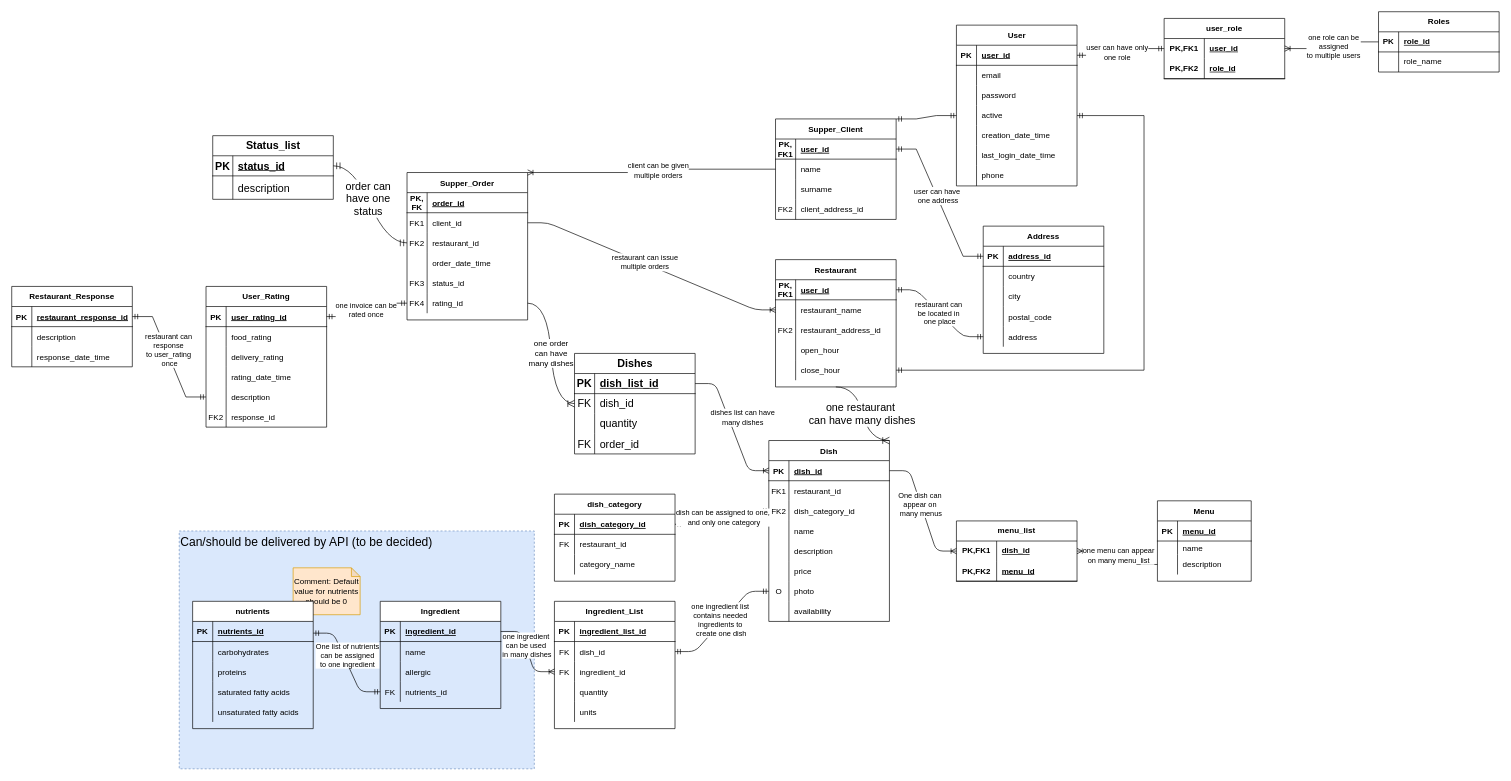
Above: src/main/resources/SupperSpeed_ERD.drawio in Aevise/SupperSpeed (draw.io), before the change. Source tidied: cells renumbered, new cells numbered last; positions are measured from the earlier drawing's top-left corner, leaving out a move shared by most shapes. Both pictures are drawn from the tidied source at 67%, with x=0, y=0 at pixel (11, 11).
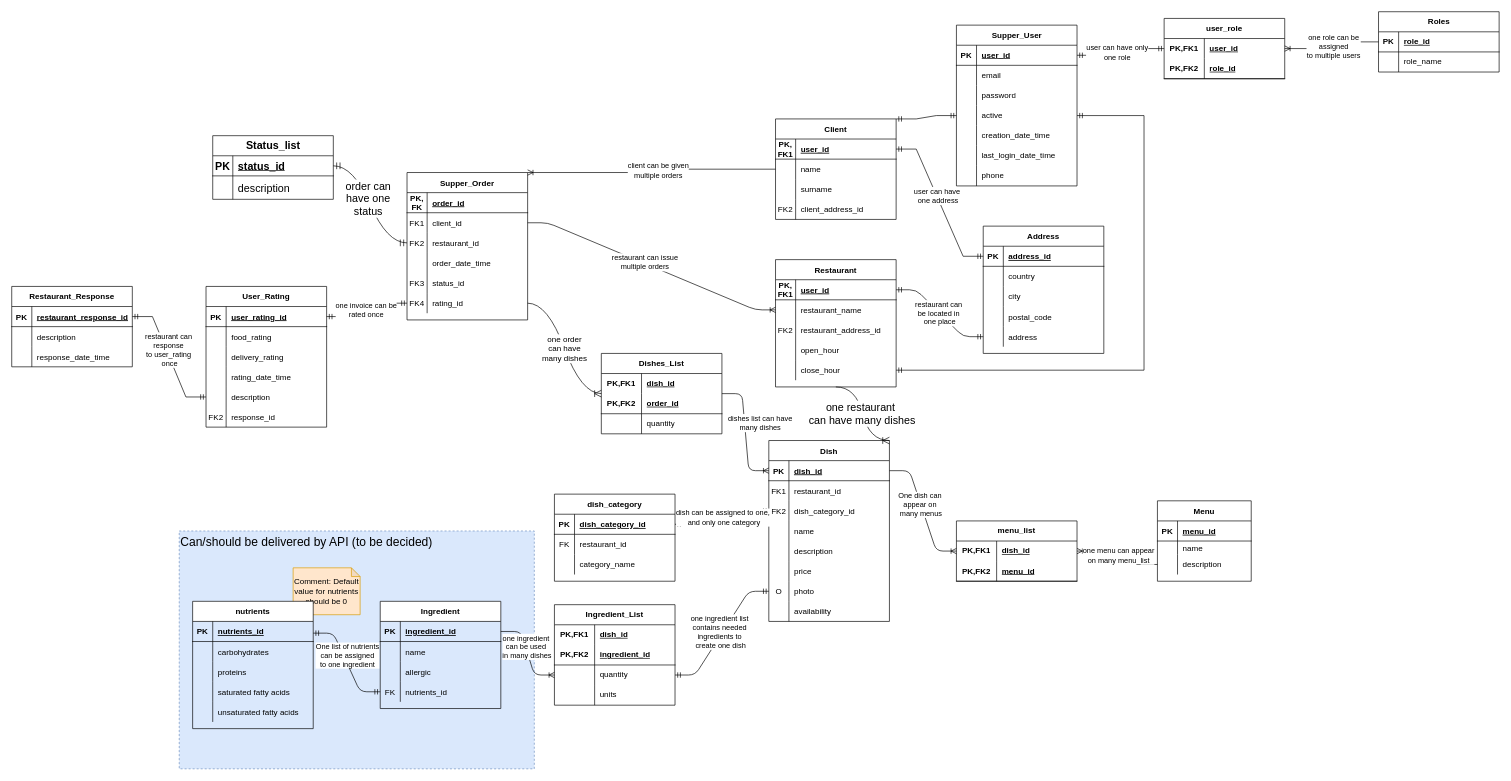
The same diagram, later.

Commit message (it also covers changes not shown here):
Added DishCategory and Ingredient Entities. Corrected ingredient_list sql. Updated ERD: - modified dishes_list table - modified ingredient_list table

Unchanged cells that the change refers to:
```xml
<mxCell id="34" style="shape=partialRectangle;fillColor=none;top=0;left=0;bottom=1;right=0;points=[[0,0.5],[1,0.5]];portConstraint=eastwest;" parent="33" vertex="1">
  <mxGeometry y="30" width="180" height="30" as="geometry" />
</mxCell>
<mxCell id="47" style="shape=partialRectangle;fillColor=none;top=0;left=0;bottom=1;right=0;points=[[0,0.5],[1,0.5]];portConstraint=eastwest;" parent="46" vertex="1">
  <mxGeometry y="30" width="180" height="30" as="geometry" />
</mxCell>
<mxCell id="89" style="shape=partialRectangle;fillColor=none;top=0;left=0;bottom=0;right=0;points=[[0,0.5],[1,0.5]];portConstraint=eastwest;" parent="73" vertex="1">
  <mxGeometry y="180" width="180" height="30" as="geometry" />
</mxCell>
```

The edit, as a diff of the source:
```diff
@@
-    <mxCell id="4" value="Supper_Client" style="shape=table;startSize=30;childLayout=tableLayout;rowLines=0;fontStyle=1;align=center;" parent="1" vertex="1">
+    <mxCell id="4" value="Client" style="shape=table;startSize=30;childLayout=tableLayout;rowLines=0;fontStyle=1;align=center;" parent="1" vertex="1">
       <mxGeometry x="1140" y="160" width="180" height="150" as="geometry" />
     </mxCell>
@@
-    <mxCell id="17" value="Ingredient_List" style="shape=table;startSize=30;childLayout=tableLayout;rowLines=0;fontStyle=1;align=center;" parent="1" vertex="1">
-      <mxGeometry x="810" y="880" width="180" height="190" as="geometry" />
-    </mxCell>
-    <mxCell id="18" style="shape=partialRectangle;fillColor=none;top=0;left=0;bottom=1;right=0;" parent="17" vertex="1">
-      <mxGeometry y="30" width="180" height="30" as="geometry" />
-    </mxCell>
-    <mxCell id="19" value="PK" style="shape=partialRectangle;fillColor=none;top=0;left=0;bottom=0;right=0;fontStyle=1;overflow=hidden;" parent="18" vertex="1">
-      <mxGeometry width="30" height="30" as="geometry" />
-    </mxCell>
-    <mxCell id="20" value="ingredient_list_id" style="shape=partialRectangle;fillColor=none;top=0;left=0;bottom=0;right=0;align=left;spacingLeft=6;fontStyle=5;overflow=hidden;" parent="18" vertex="1">
-      <mxGeometry x="30" width="150" height="30" as="geometry" />
-    </mxCell>
-    <mxCell id="21" style="shape=partialRectangle;fillColor=none;top=0;left=0;bottom=0;right=0;points=[[0,0.5],[1,0.5]];portConstraint=eastwest;" parent="17" vertex="1">
-      <mxGeometry y="60" width="180" height="30" as="geometry" />
-    </mxCell>
-    <mxCell id="22" value="FK" style="shape=partialRectangle;fillColor=none;top=0;left=0;bottom=0;right=0;overflow=hidden;" parent="21" vertex="1">
-      <mxGeometry width="30" height="30" as="geometry" />
-    </mxCell>
-    <mxCell id="23" value="dish_id" style="shape=partialRectangle;fillColor=none;top=0;left=0;bottom=0;right=0;align=left;spacingLeft=6;overflow=hidden;" parent="21" vertex="1">
-      <mxGeometry x="30" width="150" height="30" as="geometry" />
-    </mxCell>
-    <mxCell id="24" style="shape=partialRectangle;fillColor=none;top=0;left=0;bottom=0;right=0;points=[[0,0.5],[1,0.5]];portConstraint=eastwest;" parent="17" vertex="1">
-      <mxGeometry y="90" width="180" height="30" as="geometry" />
-    </mxCell>
-    <mxCell id="25" value="FK" style="shape=partialRectangle;fillColor=none;top=0;left=0;bottom=0;right=0;overflow=hidden;" parent="24" vertex="1">
-      <mxGeometry width="30" height="30" as="geometry" />
-    </mxCell>
-    <mxCell id="26" value="ingredient_id" style="shape=partialRectangle;fillColor=none;top=0;left=0;bottom=0;right=0;align=left;spacingLeft=6;overflow=hidden;" parent="24" vertex="1">
-      <mxGeometry x="30" width="150" height="30" as="geometry" />
-    </mxCell>
-    <mxCell id="27" style="shape=partialRectangle;fillColor=none;top=0;left=0;bottom=0;right=0;" parent="17" vertex="1">
-      <mxGeometry y="120" width="180" height="30" as="geometry" />
-    </mxCell>
-    <mxCell id="28" style="shape=partialRectangle;fillColor=none;top=0;left=0;bottom=0;right=0;overflow=hidden;" parent="27" vertex="1">
-      <mxGeometry width="30" height="30" as="geometry" />
-    </mxCell>
-    <mxCell id="29" value="quantity" style="shape=partialRectangle;fillColor=none;top=0;left=0;bottom=0;right=0;align=left;spacingLeft=6;overflow=hidden;" parent="27" vertex="1">
-      <mxGeometry x="30" width="150" height="30" as="geometry" />
-    </mxCell>
-    <mxCell id="30" style="shape=partialRectangle;fillColor=none;top=0;left=0;bottom=0;right=0;" parent="17" vertex="1">
-      <mxGeometry y="150" width="180" height="30" as="geometry" />
-    </mxCell>
-    <mxCell id="31" style="shape=partialRectangle;fillColor=none;top=0;left=0;bottom=0;right=0;overflow=hidden;" parent="30" vertex="1">
-      <mxGeometry width="30" height="30" as="geometry" />
-    </mxCell>
-    <mxCell id="32" value="units" style="shape=partialRectangle;fillColor=none;top=0;left=0;bottom=0;right=0;align=left;spacingLeft=6;overflow=hidden;" parent="30" vertex="1">
-      <mxGeometry x="30" width="150" height="30" as="geometry" />
-    </mxCell>
@@
-    <mxCell id="110" style="edgeStyle=entityRelationEdgeStyle;fontSize=12;html=1;endArrow=ERoneToMany;exitX=1;exitY=0.5;exitDx=0;exitDy=0;entryX=0;entryY=0.5;entryDx=0;entryDy=0;" parent="1" edge="1" source="34" target="24">
+    <mxCell id="110" style="edgeStyle=entityRelationEdgeStyle;fontSize=12;html=1;endArrow=ERoneToMany;exitX=1;exitY=0.5;exitDx=0;exitDy=0;entryX=0;entryY=0.5;entryDx=0;entryDy=0;" parent="1" edge="1" source="34" target="292">
       <mxGeometry relative="1" as="geometry" />
     </mxCell>
@@
-    <mxCell id="122" style="edgeStyle=entityRelationEdgeStyle;fontSize=12;html=1;endArrow=ERmandOne;startArrow=ERmandOne;exitX=1;exitY=0.5;exitDx=0;exitDy=0;entryX=0;entryY=0.5;entryDx=0;entryDy=0;" parent="1" edge="1" source="21">
+    <mxCell id="122" style="edgeStyle=entityRelationEdgeStyle;fontSize=12;html=1;endArrow=ERmandOne;startArrow=ERmandOne;exitX=1;exitY=0.5;exitDx=0;exitDy=0;entryX=0;entryY=0.5;entryDx=0;entryDy=0;" parent="1" edge="1" source="292">
       <mxGeometry relative="1" as="geometry">
         <mxPoint x="1130" y="865" as="targetPoint" />
       </mxGeometry>
     </mxCell>
@@
-    <mxCell id="126" style="edgeStyle=entityRelationEdgeStyle;fontSize=12;html=1;endArrow=ERoneToMany;entryX=0;entryY=0.5;entryDx=0;entryDy=0;exitX=1;exitY=0.5;exitDx=0;exitDy=0;" parent="1" edge="1" source="263" target="47">
+    <mxCell id="126" style="edgeStyle=entityRelationEdgeStyle;fontSize=12;html=1;endArrow=ERoneToMany;entryX=0;entryY=0.5;entryDx=0;entryDy=0;exitX=1;exitY=0.5;exitDx=0;exitDy=0;" parent="1" edge="1" source="297" target="47">
       <mxGeometry relative="1" as="geometry" />
     </mxCell>
@@
-    <mxCell id="234" value="User" style="shape=table;startSize=30;childLayout=tableLayout;rowLines=0;fontStyle=1;align=center;html=1;" parent="1" vertex="1">
+    <mxCell id="234" value="Supper_User" style="shape=table;startSize=30;childLayout=tableLayout;rowLines=0;fontStyle=1;align=center;html=1;" parent="1" vertex="1">
       <mxGeometry x="1410" y="20" width="180" height="240" as="geometry" />
     </mxCell>
@@
-    <mxCell id="262" value="Dishes" style="shape=table;startSize=30;childLayout=tableLayout;rowLines=0;fontStyle=1;align=center;html=1;fontSize=16;" parent="1" vertex="1">
-      <mxGeometry x="840" y="510" width="180" height="150" as="geometry" />
-    </mxCell>
-    <mxCell id="263" style="shape=tableRow;horizontal=0;startSize=0;swimlaneHead=0;swimlaneBody=0;fillColor=none;points=[[0,0.5],[1,0.5]];portConstraint=eastwest;top=0;left=0;right=0;bottom=1;fontSize=16;" parent="262" vertex="1">
-      <mxGeometry y="30" width="180" height="30" as="geometry" />
-    </mxCell>
-    <mxCell id="264" value="PK" style="shape=partialRectangle;fillColor=none;top=0;left=0;bottom=0;right=0;fontStyle=1;overflow=hidden;whiteSpace=wrap;html=1;fontSize=16;" parent="263" vertex="1">
-      <mxGeometry width="30" height="30" as="geometry" />
-    </mxCell>
-    <mxCell id="265" value="dish_list_id" style="shape=partialRectangle;fillColor=none;top=0;left=0;bottom=0;right=0;align=left;spacingLeft=6;fontStyle=5;overflow=hidden;whiteSpace=wrap;html=1;fontSize=16;" parent="263" vertex="1">
-      <mxGeometry x="30" width="150" height="30" as="geometry" />
-    </mxCell>
-    <mxCell id="266" style="shape=tableRow;horizontal=0;startSize=0;swimlaneHead=0;swimlaneBody=0;fillColor=none;points=[[0,0.5],[1,0.5]];portConstraint=eastwest;top=0;left=0;right=0;bottom=0;fontSize=16;" parent="262" vertex="1">
-      <mxGeometry y="60" width="180" height="30" as="geometry" />
-    </mxCell>
-    <mxCell id="267" value="FK" style="shape=partialRectangle;fillColor=none;top=0;left=0;bottom=0;right=0;overflow=hidden;whiteSpace=wrap;html=1;fontSize=16;" parent="266" vertex="1">
-      <mxGeometry width="30" height="30" as="geometry" />
-    </mxCell>
-    <mxCell id="268" value="dish_id" style="shape=partialRectangle;fillColor=none;top=0;left=0;bottom=0;right=0;align=left;spacingLeft=6;overflow=hidden;whiteSpace=wrap;html=1;fontSize=16;" parent="266" vertex="1">
-      <mxGeometry x="30" width="150" height="30" as="geometry" />
-    </mxCell>
-    <mxCell id="269" style="shape=tableRow;horizontal=0;startSize=0;swimlaneHead=0;swimlaneBody=0;fillColor=none;top=0;left=0;right=0;bottom=0;fontSize=16;" parent="262" vertex="1">
-      <mxGeometry y="90" width="180" height="30" as="geometry" />
-    </mxCell>
-    <mxCell id="270" style="shape=partialRectangle;fillColor=none;top=0;left=0;bottom=0;right=0;overflow=hidden;whiteSpace=wrap;html=1;fontSize=16;" parent="269" vertex="1">
-      <mxGeometry width="30" height="30" as="geometry" />
-    </mxCell>
-    <mxCell id="271" value="quantity" style="shape=partialRectangle;fillColor=none;top=0;left=0;bottom=0;right=0;align=left;spacingLeft=6;overflow=hidden;whiteSpace=wrap;html=1;fontSize=16;" parent="269" vertex="1">
-      <mxGeometry x="30" width="150" height="30" as="geometry" />
-    </mxCell>
-    <mxCell id="272" style="shape=tableRow;horizontal=0;startSize=0;swimlaneHead=0;swimlaneBody=0;fillColor=none;top=0;left=0;right=0;bottom=0;fontSize=16;" parent="262" vertex="1">
-      <mxGeometry y="120" width="180" height="30" as="geometry" />
-    </mxCell>
-    <mxCell id="273" value="FK" style="shape=partialRectangle;fillColor=none;top=0;left=0;bottom=0;right=0;overflow=hidden;whiteSpace=wrap;html=1;fontSize=16;" parent="272" vertex="1">
-      <mxGeometry width="30" height="30" as="geometry" />
-    </mxCell>
-    <mxCell id="274" value="order_id" style="shape=partialRectangle;fillColor=none;top=0;left=0;bottom=0;right=0;align=left;spacingLeft=6;overflow=hidden;whiteSpace=wrap;html=1;fontSize=16;" parent="272" vertex="1">
-      <mxGeometry x="30" width="150" height="30" as="geometry" />
-    </mxCell>
-    <mxCell id="275" value="&lt;div&gt;one order &lt;br&gt;&lt;/div&gt;&lt;div&gt;can have&lt;/div&gt;&lt;div&gt;many dishes&lt;br&gt;&lt;/div&gt;" style="edgeStyle=entityRelationEdgeStyle;fontSize=12;html=1;endArrow=ERoneToMany;rounded=0;startSize=8;endSize=8;curved=1;exitX=1;exitY=0.5;exitDx=0;exitDy=0;entryX=0;entryY=0.5;entryDx=0;entryDy=0;" parent="1" edge="1" source="89" target="266">
+    <mxCell id="275" value="&lt;div&gt;one order &lt;br&gt;&lt;/div&gt;&lt;div&gt;can have&lt;/div&gt;&lt;div&gt;many dishes&lt;br&gt;&lt;/div&gt;" style="edgeStyle=entityRelationEdgeStyle;fontSize=12;html=1;endArrow=ERoneToMany;rounded=0;startSize=8;endSize=8;curved=1;exitX=1;exitY=0.5;exitDx=0;exitDy=0;entryX=0;entryY=0.5;entryDx=0;entryDy=0;" parent="1" edge="1" source="89" target="297">
       <mxGeometry relative="1" as="geometry" />
     </mxCell>
@@
+    <mxCell id="17" value="Ingredient_List" style="shape=table;startSize=30;childLayout=tableLayout;rowLines=0;fontStyle=1;align=center;html=1;whiteSpace=wrap;" parent="1" vertex="1">
+      <mxGeometry x="810" y="885" width="180" height="150" as="geometry" />
+    </mxCell>
+    <mxCell id="287" style="shape=tableRow;horizontal=0;startSize=0;swimlaneHead=0;swimlaneBody=0;fillColor=none;top=0;left=0;right=0;bottom=0;html=1;" parent="17" vertex="1">
+      <mxGeometry y="30" width="180" height="30" as="geometry" />
+    </mxCell>
+    <mxCell id="288" value="PK,FK1" style="shape=partialRectangle;fillColor=none;top=0;left=0;bottom=0;right=0;fontStyle=1;overflow=hidden;html=1;whiteSpace=wrap;" parent="287" vertex="1">
+      <mxGeometry width="60" height="30" as="geometry" />
+    </mxCell>
+    <mxCell id="289" value="dish_id" style="shape=partialRectangle;fillColor=none;top=0;left=0;bottom=0;right=0;align=left;spacingLeft=6;fontStyle=5;overflow=hidden;html=1;whiteSpace=wrap;" parent="287" vertex="1">
+      <mxGeometry x="60" width="120" height="30" as="geometry" />
+    </mxCell>
+    <mxCell id="290" style="shape=tableRow;horizontal=0;startSize=0;swimlaneHead=0;swimlaneBody=0;fillColor=none;top=0;left=0;right=0;bottom=1;html=1;" parent="17" vertex="1">
+      <mxGeometry y="60" width="180" height="30" as="geometry" />
+    </mxCell>
+    <mxCell id="291" value="PK,FK2" style="shape=partialRectangle;fillColor=none;top=0;left=0;bottom=0;right=0;fontStyle=1;overflow=hidden;html=1;whiteSpace=wrap;" parent="290" vertex="1">
+      <mxGeometry width="60" height="30" as="geometry" />
+    </mxCell>
+    <mxCell id="26" value="ingredient_id" style="shape=partialRectangle;fillColor=none;top=0;left=0;bottom=0;right=0;align=left;spacingLeft=6;fontStyle=5;overflow=hidden;html=1;whiteSpace=wrap;" parent="290" vertex="1">
+      <mxGeometry x="60" width="120" height="30" as="geometry" />
+    </mxCell>
+    <mxCell id="292" style="shape=tableRow;horizontal=0;startSize=0;swimlaneHead=0;swimlaneBody=0;fillColor=none;points=[[0,0.5],[1,0.5]];portConstraint=eastwest;top=0;left=0;right=0;bottom=0;html=1;" parent="17" vertex="1">
+      <mxGeometry y="90" width="180" height="30" as="geometry" />
+    </mxCell>
+    <mxCell id="293" style="shape=partialRectangle;fillColor=none;top=0;left=0;bottom=0;right=0;overflow=hidden;html=1;whiteSpace=wrap;" parent="292" vertex="1">
+      <mxGeometry width="60" height="30" as="geometry" />
+    </mxCell>
+    <mxCell id="294" value="quantity" style="shape=partialRectangle;fillColor=none;top=0;left=0;bottom=0;right=0;align=left;spacingLeft=6;overflow=hidden;html=1;whiteSpace=wrap;" parent="292" vertex="1">
+      <mxGeometry x="60" width="120" height="30" as="geometry" />
+    </mxCell>
+    <mxCell id="295" style="shape=tableRow;horizontal=0;startSize=0;swimlaneHead=0;swimlaneBody=0;fillColor=none;top=0;left=0;right=0;bottom=0;html=1;" parent="17" vertex="1">
+      <mxGeometry y="120" width="180" height="30" as="geometry" />
+    </mxCell>
+    <mxCell id="296" style="shape=partialRectangle;fillColor=none;top=0;left=0;bottom=0;right=0;overflow=hidden;html=1;whiteSpace=wrap;" parent="295" vertex="1">
+      <mxGeometry width="60" height="30" as="geometry" />
+    </mxCell>
+    <mxCell id="32" value="units" style="shape=partialRectangle;fillColor=none;top=0;left=0;bottom=0;right=0;align=left;spacingLeft=6;overflow=hidden;html=1;whiteSpace=wrap;" parent="295" vertex="1">
+      <mxGeometry x="60" width="120" height="30" as="geometry" />
+    </mxCell>
+    <mxCell id="297" value="Dishes_List" style="shape=table;startSize=30;childLayout=tableLayout;rowLines=0;fontStyle=1;align=center;html=1;whiteSpace=wrap;" parent="1" vertex="1">
+      <mxGeometry x="880" y="510" width="180" height="120" as="geometry" />
+    </mxCell>
+    <mxCell id="298" style="shape=tableRow;horizontal=0;startSize=0;swimlaneHead=0;swimlaneBody=0;fillColor=none;top=0;left=0;right=0;bottom=0;html=1;" parent="297" vertex="1">
+      <mxGeometry y="30" width="180" height="30" as="geometry" />
+    </mxCell>
+    <mxCell id="299" value="PK,FK1" style="shape=partialRectangle;fillColor=none;top=0;left=0;bottom=0;right=0;fontStyle=1;overflow=hidden;html=1;whiteSpace=wrap;" parent="298" vertex="1">
+      <mxGeometry width="60" height="30" as="geometry" />
+    </mxCell>
+    <mxCell id="300" value="dish_id" style="shape=partialRectangle;fillColor=none;top=0;left=0;bottom=0;right=0;align=left;spacingLeft=6;fontStyle=5;overflow=hidden;html=1;whiteSpace=wrap;" parent="298" vertex="1">
+      <mxGeometry x="60" width="120" height="30" as="geometry" />
+    </mxCell>
+    <mxCell id="301" style="shape=tableRow;horizontal=0;startSize=0;swimlaneHead=0;swimlaneBody=0;fillColor=none;top=0;left=0;right=0;bottom=1;html=1;" parent="297" vertex="1">
+      <mxGeometry y="60" width="180" height="30" as="geometry" />
+    </mxCell>
+    <mxCell id="302" value="PK,FK2" style="shape=partialRectangle;fillColor=none;top=0;left=0;bottom=0;right=0;fontStyle=1;overflow=hidden;html=1;whiteSpace=wrap;" parent="301" vertex="1">
+      <mxGeometry width="60" height="30" as="geometry" />
+    </mxCell>
+    <mxCell id="274" value="order_id" style="shape=partialRectangle;fillColor=none;top=0;left=0;bottom=0;right=0;align=left;spacingLeft=6;fontStyle=5;overflow=hidden;html=1;whiteSpace=wrap;" parent="301" vertex="1">
+      <mxGeometry x="60" width="120" height="30" as="geometry" />
+    </mxCell>
+    <mxCell id="303" style="shape=tableRow;horizontal=0;startSize=0;swimlaneHead=0;swimlaneBody=0;fillColor=none;top=0;left=0;right=0;bottom=0;html=1;" parent="297" vertex="1">
+      <mxGeometry y="90" width="180" height="30" as="geometry" />
+    </mxCell>
+    <mxCell id="304" style="shape=partialRectangle;fillColor=none;top=0;left=0;bottom=0;right=0;overflow=hidden;html=1;whiteSpace=wrap;" parent="303" vertex="1">
+      <mxGeometry width="60" height="30" as="geometry" />
+    </mxCell>
+    <mxCell id="305" value="quantity" style="shape=partialRectangle;fillColor=none;top=0;left=0;bottom=0;right=0;align=left;spacingLeft=6;overflow=hidden;html=1;whiteSpace=wrap;" parent="303" vertex="1">
+      <mxGeometry x="60" width="120" height="30" as="geometry" />
+    </mxCell>
```
